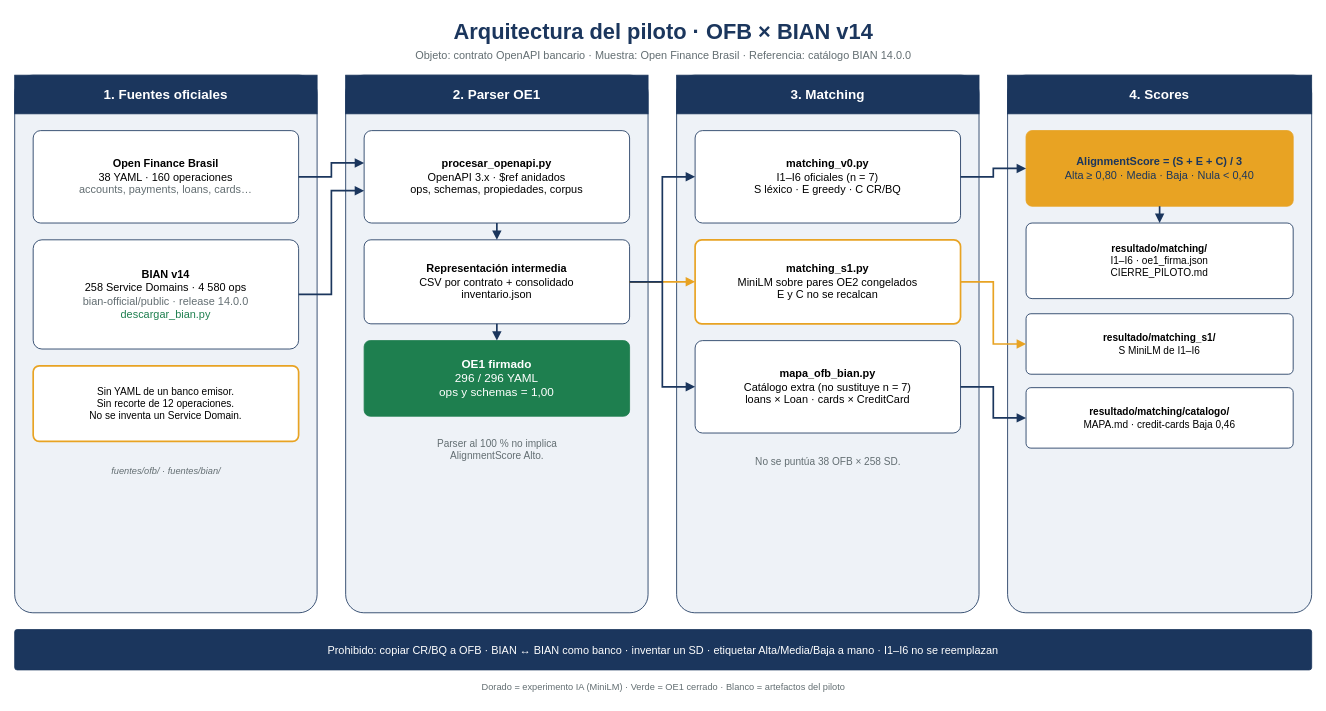
Earlier version of the draw.io diagram 02-curso-II/piloto/figuras/arquitectura-piloto.drawio (denniskano/mia-proyecto-investigacion). Source tidied: cells renumbered, new cells numbered last; positions are measured from the earlier drawing's top-left corner, leaving out a move shared by most shapes. Both pictures are drawn from the tidied source at 84%, with x=0, y=0 at pixel (14, 14).
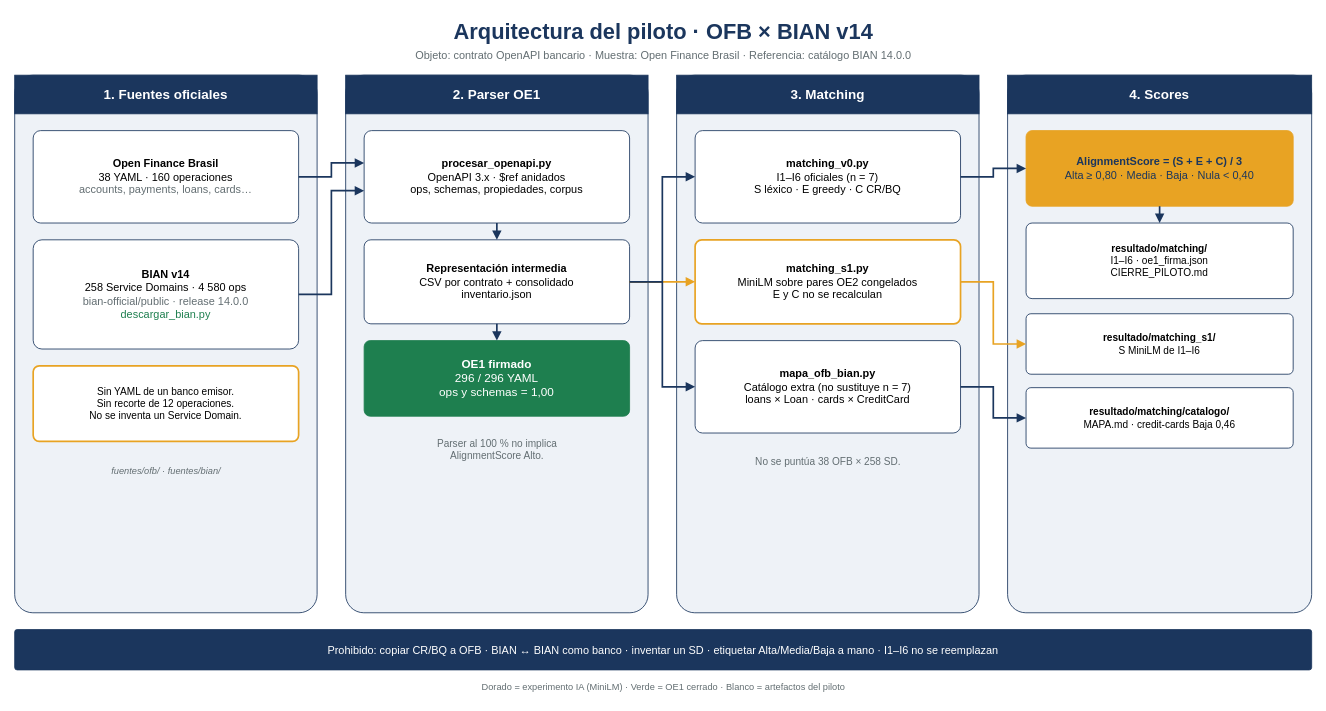
The same page after the edit.

Change to the diagram source:
```diff
@@
-    <mxCell id="19" value="&lt;b&gt;matching_s1.py&lt;/b&gt;&lt;br&gt;MiniLM sobre pares OE2 congelados&lt;br&gt;E y C no se recalcan" style="rounded=1;whiteSpace=wrap;html=1;fillColor=#FFFFFF;strokeColor=#E8A323;strokeWidth=2;fontFamily=Helvetica;fontSize=13;align=center;verticalAlign=middle;arcSize=8;spacing=6;" parent="1" vertex="1">
+    <mxCell id="19" value="&lt;b&gt;matching_s1.py&lt;/b&gt;&lt;br&gt;MiniLM sobre pares OE2 congelados&lt;br&gt;E y C no se recalculan" style="rounded=1;whiteSpace=wrap;html=1;fillColor=#FFFFFF;strokeColor=#E8A323;strokeWidth=2;fontFamily=Helvetica;fontSize=13;align=center;verticalAlign=middle;arcSize=8;spacing=6;" parent="1" vertex="1">
       <mxGeometry x="810" y="268" width="316" height="100" as="geometry" />
     </mxCell>
```
